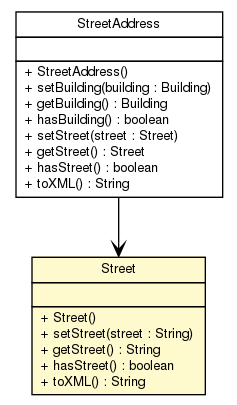
The Graphviz diagram apidocs/nl/geozet/openls/databinding/openls/Street.png in geozet/openls-databinding, before a commit. Its source is kept beside it as apidocs/nl/geozet/openls/databinding/openls/Street.dot.
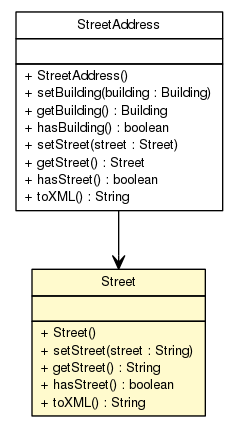
After the commit.

What changed in the source:
```diff
@@ -4,7 +4,7 @@
 	node [fontname="Helvetica",fontsize=10,shape=plaintext];
 	nodesep=0.25;
 	ranksep=0.5;
-	c335 [label=<<table title="nl.geozet.openls.databinding.openls.StreetAddress" border="0" cellborder="1" cellspacing="0" cellpadding="2" port="p" href="./StreetAddress.html">
+	c340 [label=<<table title="nl.geozet.openls.databinding.openls.StreetAddress" border="0" cellborder="1" cellspacing="0" cellpadding="2" port="p" href="./StreetAddress.html">
 		<tr><td><table border="0" cellspacing="0" cellpadding="1">
 <tr><td align="center" balign="center"> StreetAddress </td></tr>
 		</table></td></tr>
@@ -22,7 +22,7 @@
 <tr><td align="left" balign="left"> + toXML() : String </td></tr>
 		</table></td></tr>
 		</table>>, URL="./StreetAddress.html", fontname="Helvetica", fontcolor="black", fontsize=10.0];
-	c336 [label=<<table title="nl.geozet.openls.databinding.openls.Street" border="0" cellborder="1" cellspacing="0" cellpadding="2" port="p" bgcolor="lemonChiffon" href="./Street.html">
+	c347 [label=<<table title="nl.geozet.openls.databinding.openls.Street" border="0" cellborder="1" cellspacing="0" cellpadding="2" port="p" bgcolor="lemonChiffon" href="./Street.html">
 		<tr><td><table border="0" cellspacing="0" cellpadding="1">
 <tr><td align="center" balign="center"> Street </td></tr>
 		</table></td></tr>
@@ -37,5 +37,5 @@
 <tr><td align="left" balign="left"> + toXML() : String </td></tr>
 		</table></td></tr>
 		</table>>, URL="./Street.html", fontname="Helvetica", fontcolor="black", fontsize=10.0];
-	c335:p -> c336:p [taillabel="", label="", headlabel="", fontname="Helvetica", fontcolor="black", fontsize=10.0, color="black", arrowhead=open];
+	c340:p -> c347:p [taillabel="", label="", headlabel="", fontname="Helvetica", fontcolor="black", fontsize=10.0, color="black", arrowhead=open];
 }
```
